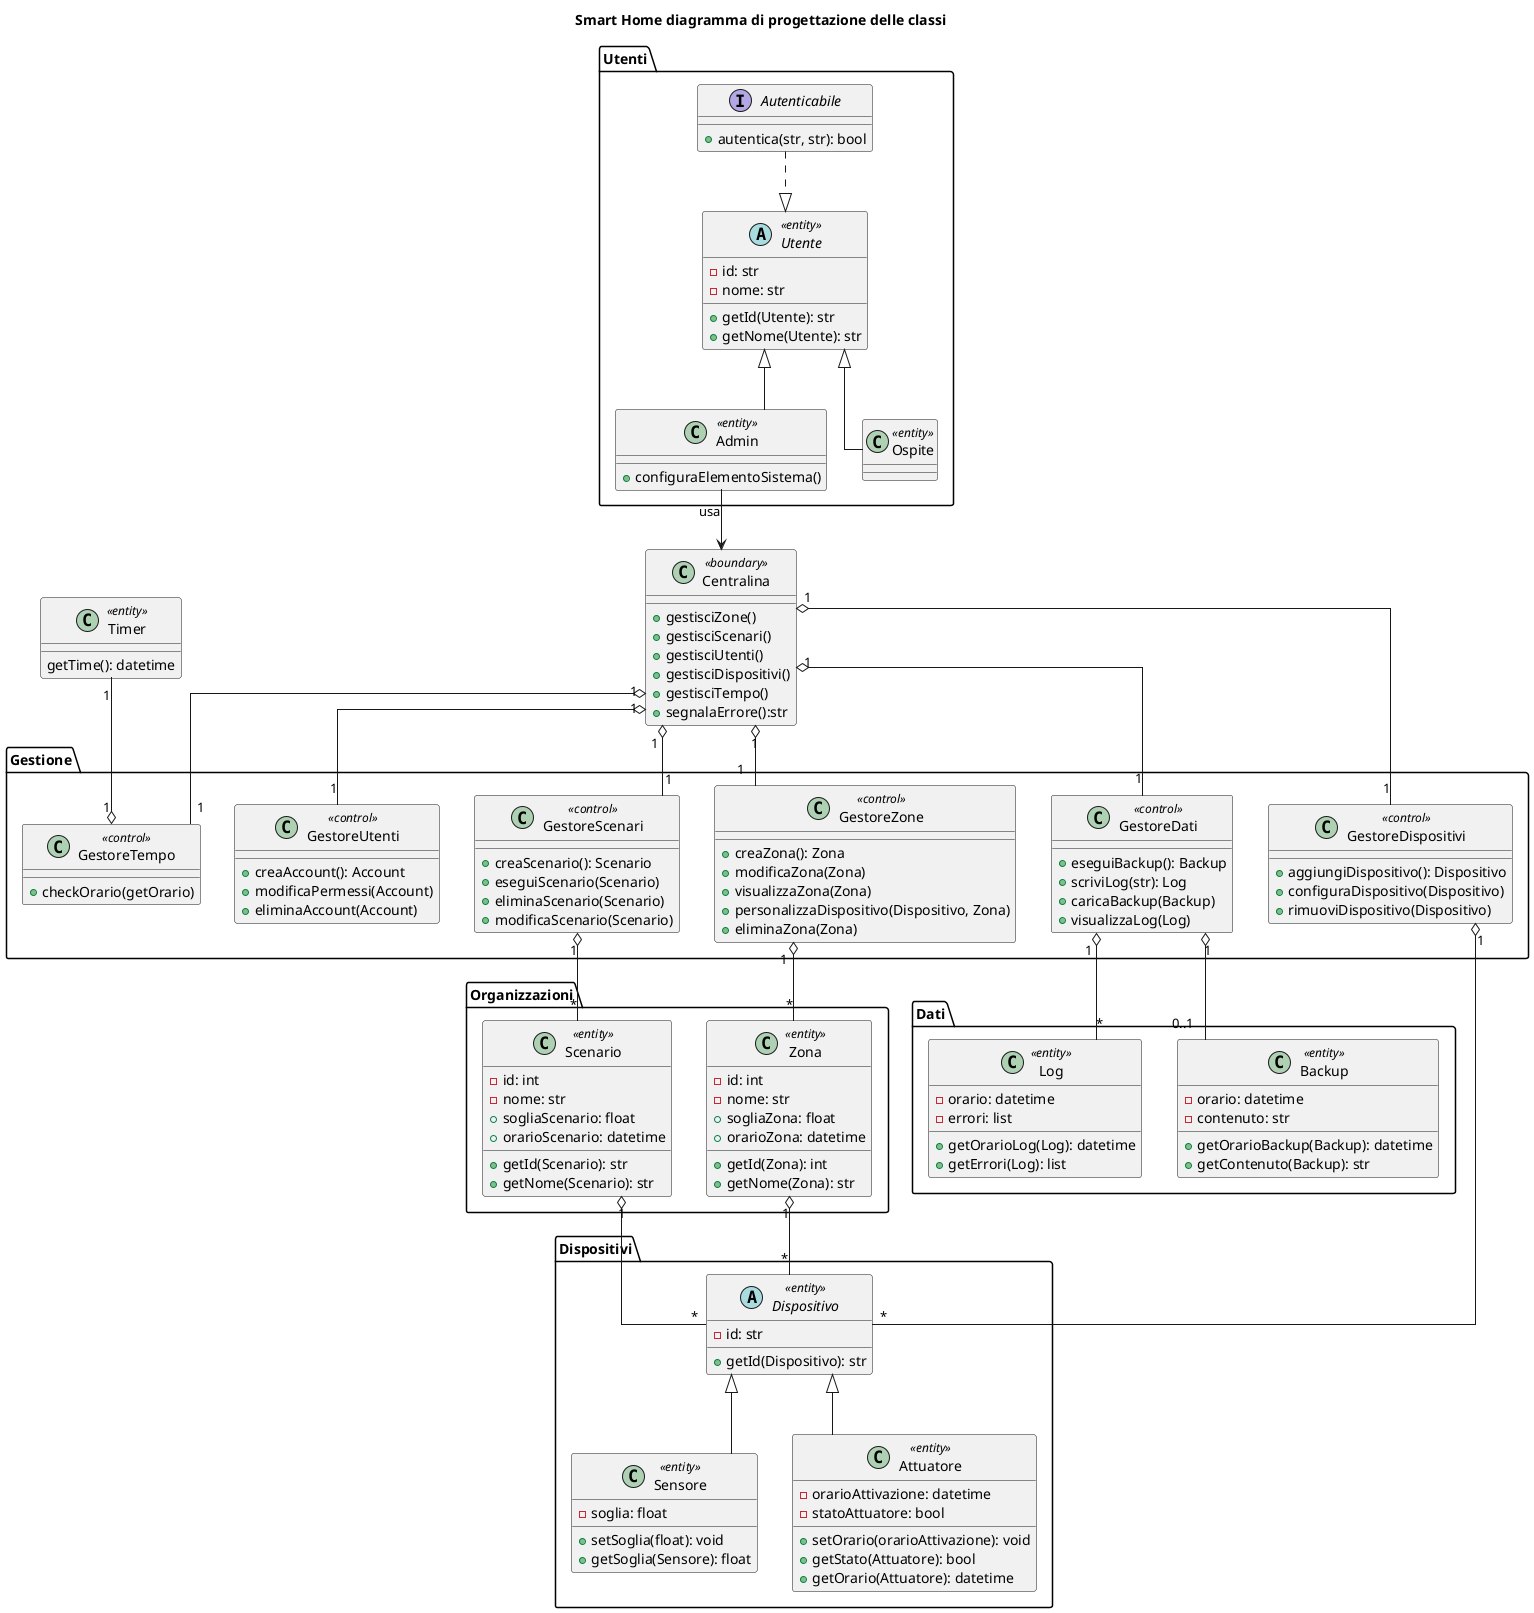
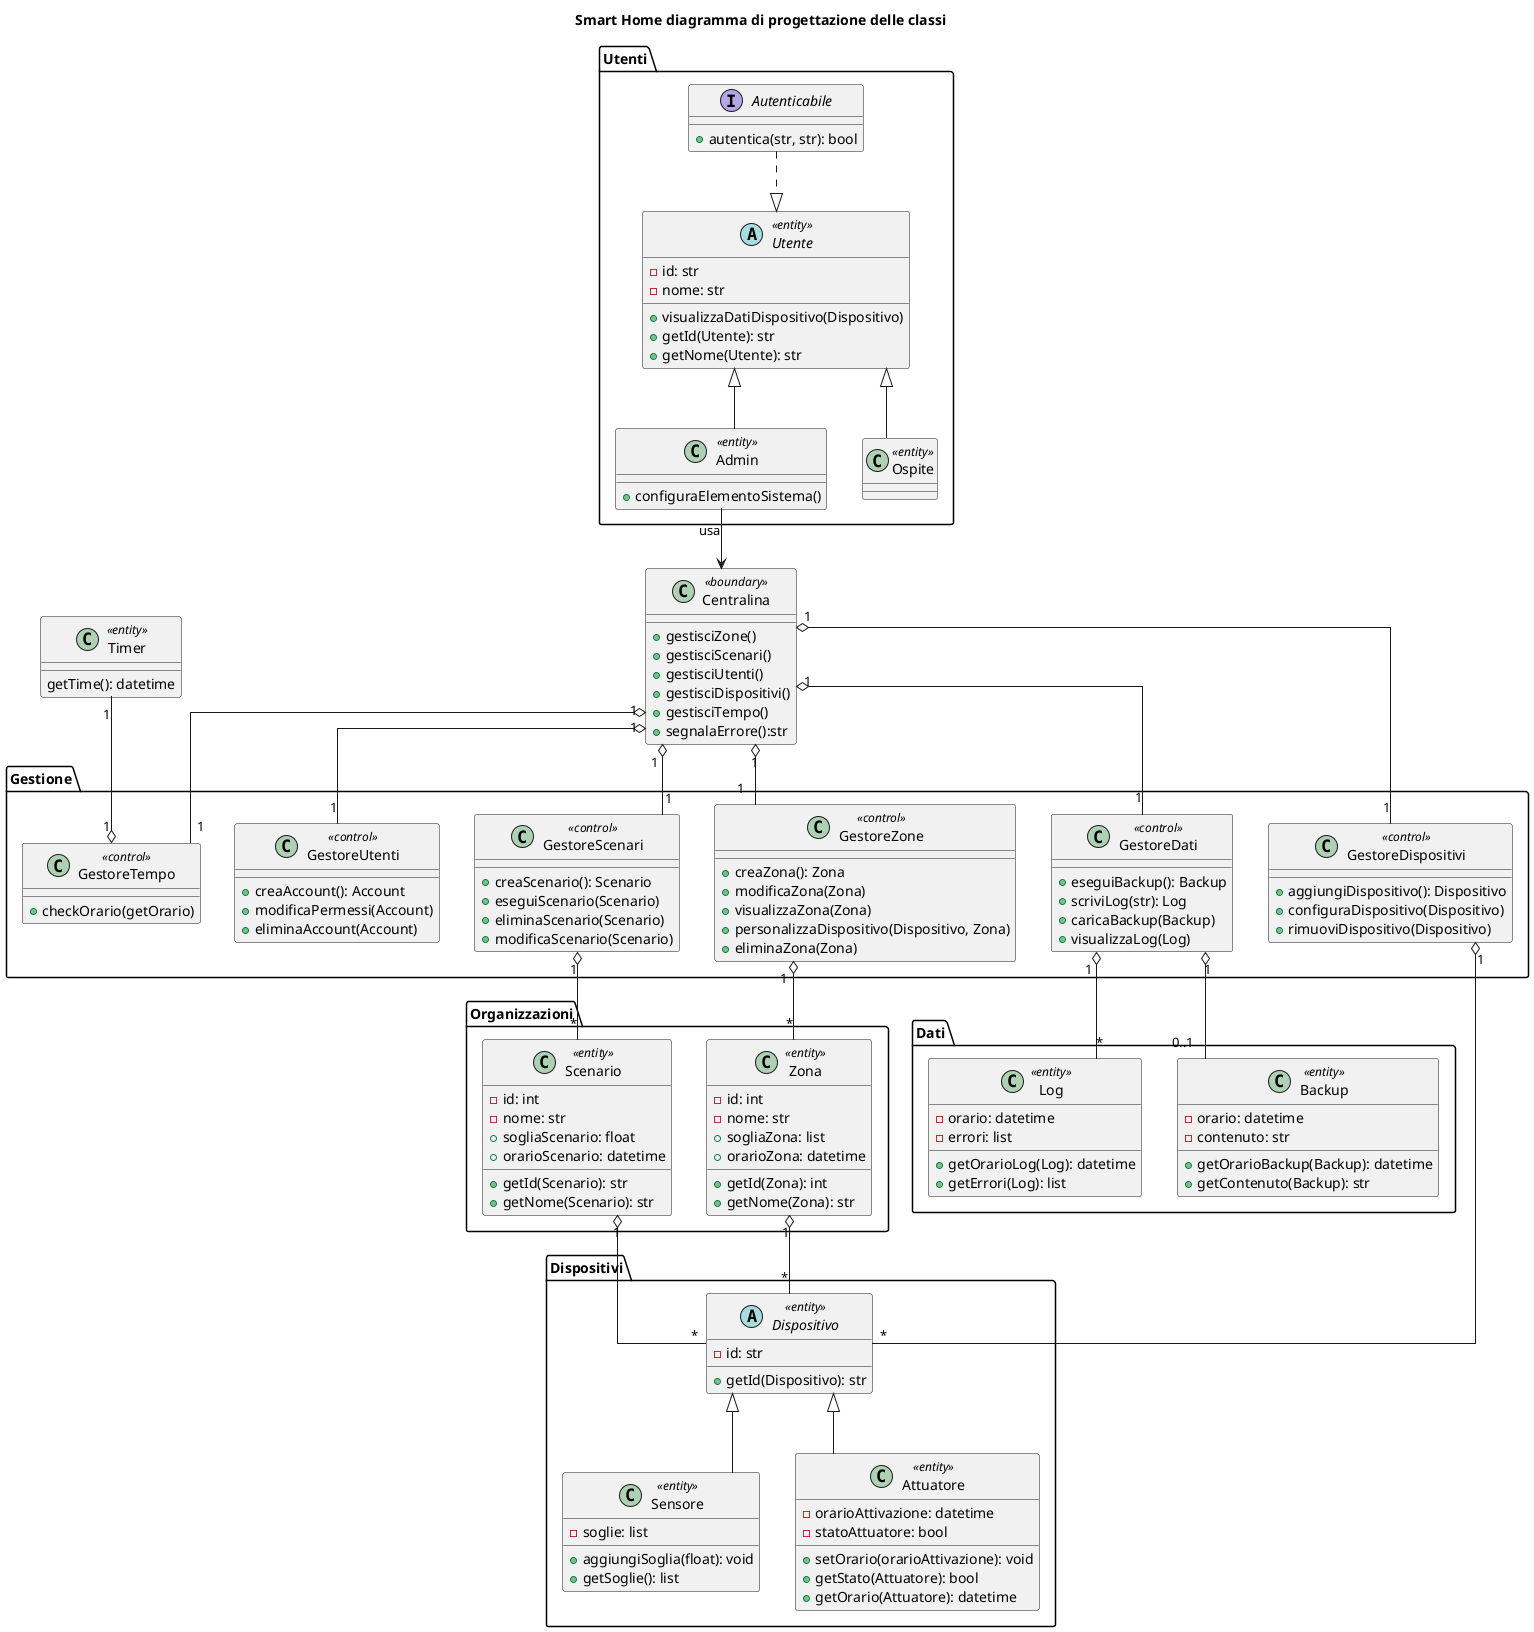
@startuml digrammacprogettazione
title Smart Home diagramma di progettazione delle classi
skinparam linetype ortho

package "Organizzazioni" {
    class Zona <<entity>> {
        - id: int
        - nome: str
-         + sogliaZona: float
-         +orarioZona: datetime
+         + sogliaZona: list
+         + orarioZona: datetime
        + getId(Zona): int
        + getNome(Zona): str
    }
    class Scenario <<entity>> {
        - id: int
        - nome: str
        + sogliaScenario: float
        + orarioScenario: datetime
        + getId(Scenario): str
        + getNome(Scenario): str
    }
}

package "Dati"{
    class Backup <<entity>> {
        - orario: datetime
        - contenuto: str
        + getOrarioBackup(Backup): datetime
        + getContenuto(Backup): str

    }
    class Log <<entity>> {
        - orario: datetime
        - errori: list

        +getOrarioLog(Log): datetime
        + getErrori(Log): list
    }
}

package "Dispositivi" {
    abstract class Dispositivo <<entity>> {
        - id: str
        + getId(Dispositivo): str
    }
    class Sensore <<entity>> extends Dispositivo {
-         - soglia: float
-         + setSoglia(float): void
-         + getSoglia(Sensore): float
+         - soglie: list
+         + aggiungiSoglia(float): void
+         + getSoglie(): list
    }
    class Attuatore <<entity>> extends Dispositivo {
        - orarioAttivazione: datetime
        - statoAttuatore: bool
        + setOrario(orarioAttivazione): void
        + getStato(Attuatore): bool
        + getOrario(Attuatore): datetime
    }

}

package "Gestione" {
    class GestoreZone <<control>> {
        + creaZona(): Zona
        + modificaZona(Zona)
        + visualizzaZona(Zona)
        + personalizzaDispositivo(Dispositivo, Zona)
        + eliminaZona(Zona)
    }
    class GestoreScenari <<control>>  {
        + creaScenario(): Scenario
        + eseguiScenario(Scenario)
        + eliminaScenario(Scenario)
        + modificaScenario(Scenario)
    }
    class GestoreDati <<control>>  {
        + eseguiBackup(): Backup
        + scriviLog(str): Log
        + caricaBackup(Backup)
        + visualizzaLog(Log)
    }
    class GestoreUtenti <<control>> {
        + creaAccount(): Account
        + modificaPermessi(Account)
        + eliminaAccount(Account)
    }
    class GestoreDispositivi <<control>>  {
        + aggiungiDispositivo(): Dispositivo
        + configuraDispositivo(Dispositivo)
        + rimuoviDispositivo(Dispositivo)
    }
    class GestoreTempo <<control>>{
        + checkOrario(getOrario)
    }
}

class Timer <<entity>>{
    getTime(): datetime
}

package "Utenti" {
    abstract class Utente <<entity>> {
    -id: str
    -nome: str
+     + visualizzaDatiDispositivo(Dispositivo)
    + getId(Utente): str
    + getNome(Utente): str
    }
    class Admin <<entity>> extends Utente {
        + configuraElementoSistema()
    }
    class Ospite <<entity>> extends Utente

    interface Autenticabile {
        + autentica(str, str): bool
    }
}

class Centralina <<boundary>> {
    + gestisciZone()
    + gestisciScenari()
    + gestisciUtenti()
    + gestisciDispositivi()
    + gestisciTempo()
    + segnalaErrore():str
}



Admin --> Centralina : usa

Centralina "1" o-down- "1" GestoreZone
Centralina "1" o-down- "1" GestoreScenari
Centralina "1" o-down- "1" GestoreUtenti
Centralina "1" o-down- "1" GestoreDispositivi
Centralina "1" o-down- "1" GestoreDati

GestoreZone "1" o-- "*" Zona
GestoreScenari "1" o-- "*" Scenario
GestoreDispositivi "1" o-- "*" Dispositivo
GestoreDati "1" o-- "0..1" Backup
GestoreDati "1" o-- "*" Log

Zona "1" o-- "*" Dispositivo
Scenario "1" o-- "*" Dispositivo
Autenticabile ..|> Utente

Timer "1" --o "1" GestoreTempo
Centralina "1" o-- "1" GestoreTempo


@endum
